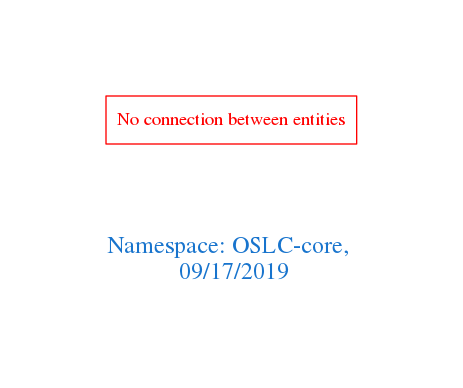
The Graphviz diagram downloads/OSLC-core.png in arago/OGIT, before a commit. Its source is kept beside it as downloads/OSLC-core.dot.
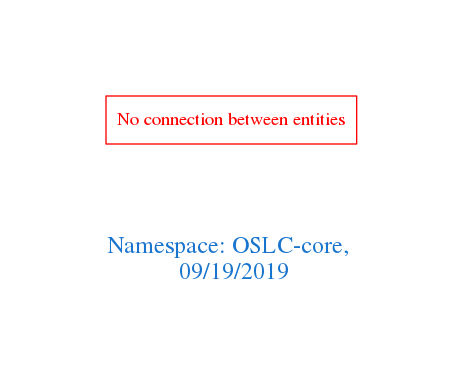
Later version of the same file.

The edit, as a diff of the source:
```diff
@@ -1,7 +1,7 @@
 digraph OGIT_ontology {
  graph [ rankdir= LR,pad=1
 fontsize = 18,
-fontcolor= dodgerblue3,label = "\n\n\nNamespace: OSLC-core, \n 09/17/2019"];
+fontcolor= dodgerblue3,label = "\n\n\nNamespace: OSLC-core, \n 09/19/2019"];
 node[shape=polygon];
 edge [  color="gray81"];
 
```
